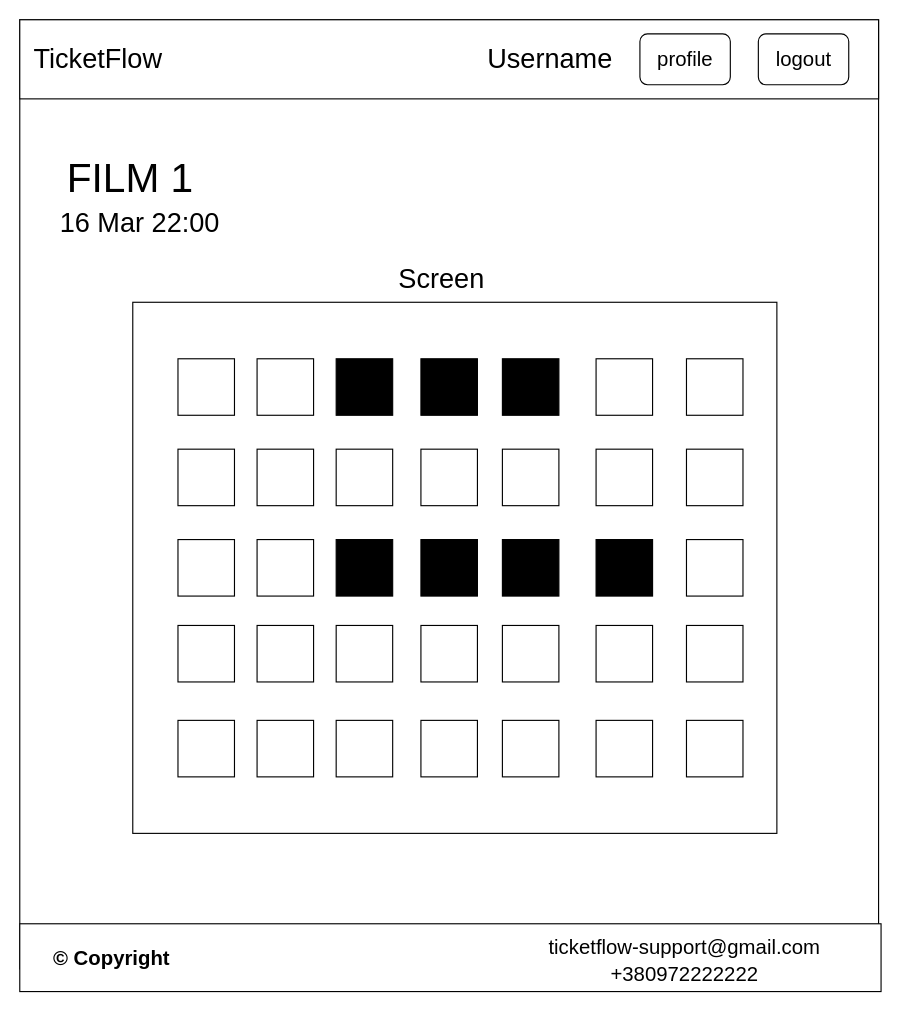
Earlier version of the draw.io diagram page "OrderPage" (4 of 7) of docs/UI_mockups.drawio (ArtemK123/Ticket_Flow). Source tidied: cells renumbered, new cells numbered last; positions are measured from the earlier drawing's top-left corner, leaving out a move shared by most shapes. Both pictures are drawn from the tidied source at 113%, with x=0, y=0 at pixel (19, 19).
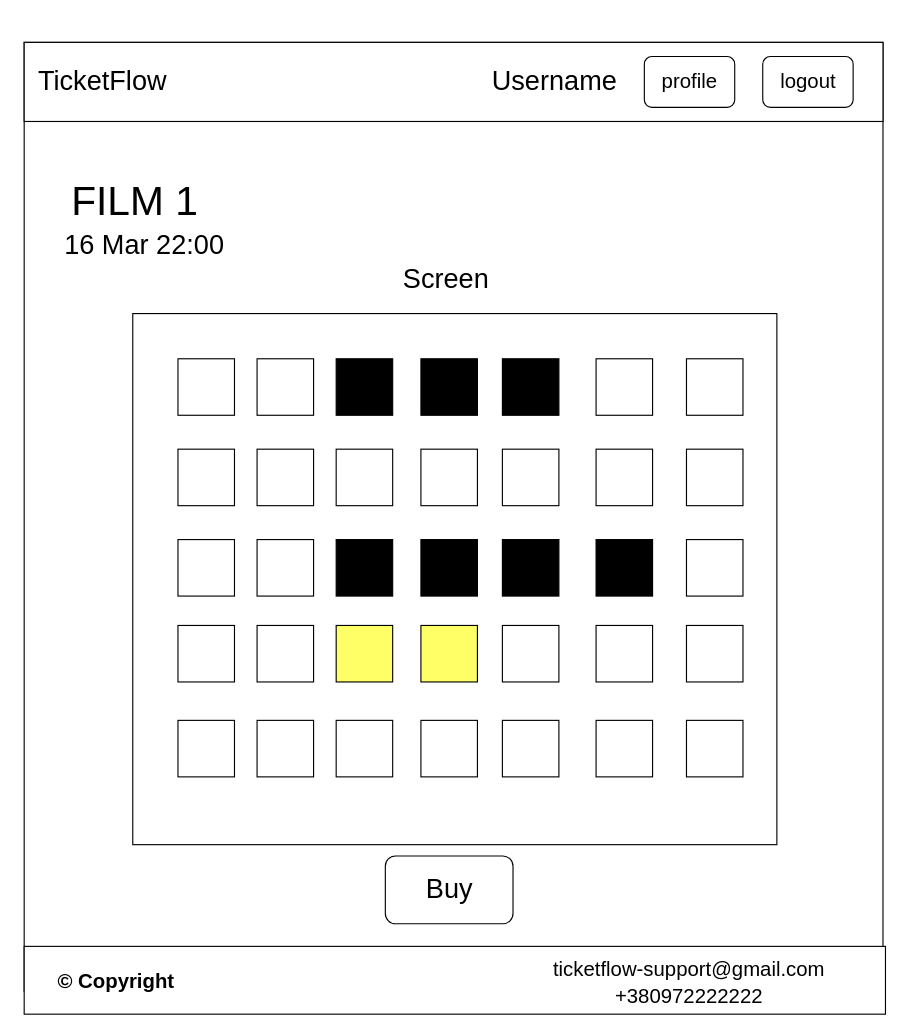
Above is the later version.

Change to the diagram source:
```diff
@@
     <mxCell id="2" style="rounded=0;whiteSpace=wrap;html=1;" parent="1" vertex="1">
-      <mxGeometry width="760" height="840" as="geometry" />
+      <mxGeometry x="3.9" y="20" width="760" height="840" as="geometry" />
     </mxCell>
     <mxCell id="3" style="rounded=0;whiteSpace=wrap;html=1;" parent="1" vertex="1">
-      <mxGeometry width="760" height="70" as="geometry" />
+      <mxGeometry x="3.9" y="20" width="760" height="70" as="geometry" />
     </mxCell>
     <mxCell id="4" value="&lt;span style=&quot;font-size: 24px&quot;&gt;TicketFlow&lt;/span&gt;" style="text;html=1;strokeColor=none;fillColor=none;align=center;verticalAlign=middle;whiteSpace=wrap;rounded=0;" parent="1" vertex="1">
-      <mxGeometry x="15.2" y="15" width="108.6" height="40" as="geometry" />
+      <mxGeometry x="19.1" y="35" width="108.6" height="40" as="geometry" />
     </mxCell>
     <mxCell id="5" value="&lt;font style=&quot;font-size: 24px&quot;&gt;Username&lt;/font&gt;" style="text;html=1;strokeColor=none;fillColor=none;align=center;verticalAlign=middle;whiteSpace=wrap;rounded=0;" parent="1" vertex="1">
-      <mxGeometry x="415.4" y="15" width="108.6" height="40" as="geometry" />
+      <mxGeometry x="419.3" y="35" width="108.6" height="40" as="geometry" />
     </mxCell>
     <mxCell id="6" value="&lt;font style=&quot;font-size: 18px&quot;&gt;logout&lt;/font&gt;" style="rounded=1;whiteSpace=wrap;html=1;" parent="1" vertex="1">
-      <mxGeometry x="653.6" y="12.5" width="80" height="45" as="geometry" />
+      <mxGeometry x="657.5" y="32.5" width="80" height="45" as="geometry" />
     </mxCell>
     <mxCell id="7" value="&lt;font style=&quot;font-size: 18px&quot;&gt;profile&lt;/font&gt;" style="rounded=1;whiteSpace=wrap;html=1;" parent="1" vertex="1">
-      <mxGeometry x="548.8" y="12.5" width="80" height="45" as="geometry" />
+      <mxGeometry x="552.7" y="32.5" width="80" height="45" as="geometry" />
     </mxCell>
     <mxCell id="8" style="rounded=0;whiteSpace=wrap;html=1;" parent="1" vertex="1">
-      <mxGeometry y="800" width="762.2" height="60" as="geometry" />
+      <mxGeometry x="3.9" y="820" width="762.2" height="60" as="geometry" />
     </mxCell>
     <mxCell id="9" value="&lt;h1 class=&quot;page-title&quot; style=&quot;box-sizing: border-box ; margin: 0px 0px 5px ; padding: 0px ; border: 0px ; font-stretch: inherit ; line-height: 1.2 ; vertical-align: baseline ; clear: both ; background-color: rgb(255 , 255 , 255)&quot;&gt;&lt;font style=&quot;font-size: 18px&quot;&gt;© Copyright&lt;/font&gt;&lt;/h1&gt;" style="text;html=1;strokeColor=none;fillColor=none;align=center;verticalAlign=middle;whiteSpace=wrap;rounded=0;" parent="1" vertex="1">
-      <mxGeometry x="15.2" y="826" width="133.4" height="10" as="geometry" />
+      <mxGeometry x="19.1" y="846" width="133.4" height="10" as="geometry" />
     </mxCell>
     <mxCell id="10" value="&lt;span style=&quot;font-size: 18px&quot;&gt;ticketflow-support@gmail.com&lt;/span&gt;" style="text;html=1;strokeColor=none;fillColor=none;align=center;verticalAlign=middle;whiteSpace=wrap;rounded=0;" parent="1" vertex="1">
-      <mxGeometry x="427.1" y="816" width="323.4" height="10" as="geometry" />
+      <mxGeometry x="431" y="836" width="323.4" height="10" as="geometry" />
     </mxCell>
     <mxCell id="11" value="&lt;span style=&quot;font-size: 18px&quot;&gt;+380972222222&lt;/span&gt;" style="text;html=1;strokeColor=none;fillColor=none;align=center;verticalAlign=middle;whiteSpace=wrap;rounded=0;" parent="1" vertex="1">
-      <mxGeometry x="427.1" y="840" width="323.4" height="10" as="geometry" />
+      <mxGeometry x="431" y="860" width="323.4" height="10" as="geometry" />
     </mxCell>
     <mxCell id="12" style="text;html=1;strokeColor=none;fillColor=none;align=center;verticalAlign=middle;whiteSpace=wrap;rounded=0;" parent="1" vertex="1">
-      <mxGeometry x="27.6" y="110" width="108.6" height="40" as="geometry" />
+      <mxGeometry x="31.5" y="130" width="108.6" height="40" as="geometry" />
     </mxCell>
     <mxCell id="13" value="&lt;font style=&quot;font-size: 36px&quot;&gt;FILM 1&lt;/font&gt;" style="text;html=1;strokeColor=none;fillColor=none;align=center;verticalAlign=middle;whiteSpace=wrap;rounded=0;" parent="1" vertex="1">
-      <mxGeometry x="27.6" y="120" width="140" height="40" as="geometry" />
+      <mxGeometry x="31.5" y="140" width="140" height="40" as="geometry" />
     </mxCell>
     <mxCell id="14" value="&lt;span style=&quot;font-size: 24px&quot;&gt;16 Mar 22:00&lt;/span&gt;" style="text;html=1;strokeColor=none;fillColor=none;align=center;verticalAlign=middle;whiteSpace=wrap;rounded=0;" parent="1" vertex="1">
-      <mxGeometry x="27.6" y="160" width="156.7" height="40" as="geometry" />
+      <mxGeometry x="31.5" y="180" width="156.7" height="40" as="geometry" />
     </mxCell>
     <mxCell id="15" style="rounded=0;whiteSpace=wrap;html=1;" parent="1" vertex="1">
-      <mxGeometry x="100" y="250" width="570" height="470" as="geometry" />
+      <mxGeometry x="100" y="260" width="570" height="470" as="geometry" />
     </mxCell>
     <mxCell id="16" value="&lt;span style=&quot;font-size: 24px&quot;&gt;Screen&lt;/span&gt;" style="text;html=1;strokeColor=none;fillColor=none;align=center;verticalAlign=middle;whiteSpace=wrap;rounded=0;" parent="1" vertex="1">
-      <mxGeometry x="295" y="210" width="156.7" height="40" as="geometry" />
+      <mxGeometry x="298.9" y="210" width="156.7" height="40" as="geometry" />
     </mxCell>
@@
-    <mxCell id="34" style="whiteSpace=wrap;html=1;" parent="1" vertex="1">
-      <mxGeometry x="280" y="536" width="50" height="50" as="geometry" />
-    </mxCell>
-    <mxCell id="35" style="whiteSpace=wrap;html=1;" parent="1" vertex="1">
+    <mxCell id="35" style="whiteSpace=wrap;html=1;fillColor=#FFFF66;" parent="1" vertex="1">
       <mxGeometry x="355" y="536" width="50" height="50" as="geometry" />
     </mxCell>
@@
+    <mxCell id="52" style="whiteSpace=wrap;html=1;fillColor=#FFFF66;" parent="1" vertex="1">
+      <mxGeometry x="280" y="536" width="50" height="50" as="geometry" />
+    </mxCell>
+    <mxCell id="53" value="&lt;font style=&quot;font-size: 24px&quot;&gt;Buy&lt;br&gt;&lt;/font&gt;" style="rounded=1;whiteSpace=wrap;html=1;fillColor=#FFFFFF;" parent="1" vertex="1">
+      <mxGeometry x="323.5" y="740" width="113" height="60" as="geometry" />
+    </mxCell>
```
